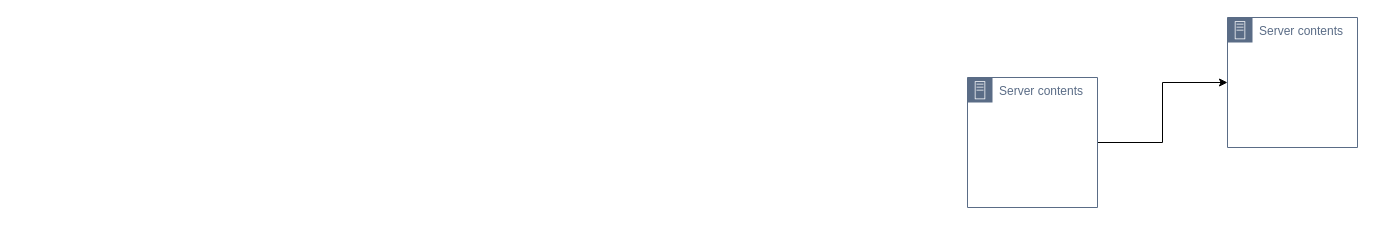
This is BIScheme.drawio from sQyOs/DrawIO, a draw.io file, before an edit. Source tidied: cells renumbered, new cells numbered last; positions are measured from the earlier drawing's top-left corner, leaving out a move shared by most shapes. Both pictures are drawn from the tidied source at 100%, with x=0, y=0 at pixel (967, 17).
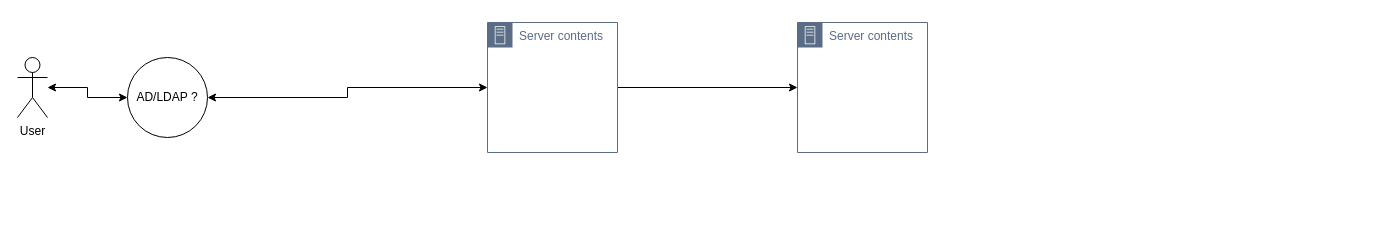
The same page after the edit.

What changed in the source:
```diff
@@
 <mxGraphModel>
   <root>
     <mxCell id="0" />
     <mxCell id="1" parent="0" />
     <mxCell id="2" value="Server contents" style="points=[[0,0],[0.25,0],[0.5,0],[0.75,0],[1,0],[1,0.25],[1,0.5],[1,0.75],[1,1],[0.75,1],[0.5,1],[0.25,1],[0,1],[0,0.75],[0,0.5],[0,0.25]];outlineConnect=0;gradientColor=none;html=1;whiteSpace=wrap;fontSize=12;fontStyle=0;shape=mxgraph.aws4.group;grIcon=mxgraph.aws4.group_on_premise;strokeColor=#5A6C86;fillColor=none;verticalAlign=top;align=left;spacingLeft=30;fontColor=#5A6C86;dashed=0;" parent="1" vertex="1">
-      <mxGeometry x="260" width="130" height="130" as="geometry" />
+      <mxGeometry x="-170" y="5" width="130" height="130" as="geometry" />
     </mxCell>
     <mxCell id="3" style="edgeStyle=orthogonalEdgeStyle;rounded=0;jettySize=auto;html=1;entryX=0;entryY=0.5;entryDx=0;entryDy=0;" parent="1" edge="1" source="4" target="2">
       <mxGeometry relative="1" as="geometry" />
     </mxCell>
     <mxCell id="4" value="Server contents" style="points=[[0,0],[0.25,0],[0.5,0],[0.75,0],[1,0],[1,0.25],[1,0.5],[1,0.75],[1,1],[0.75,1],[0.5,1],[0.25,1],[0,1],[0,0.75],[0,0.5],[0,0.25]];outlineConnect=0;gradientColor=none;html=1;whiteSpace=wrap;fontSize=12;fontStyle=0;shape=mxgraph.aws4.group;grIcon=mxgraph.aws4.group_on_premise;strokeColor=#5A6C86;fillColor=none;verticalAlign=top;align=left;spacingLeft=30;fontColor=#5A6C86;dashed=0;" parent="1" vertex="1">
-      <mxGeometry y="60" width="130" height="130" as="geometry" />
+      <mxGeometry x="-480" y="5" width="130" height="130" as="geometry" />
     </mxCell>
+    <mxCell id="5" value="User" style="shape=umlActor;verticalLabelPosition=bottom;verticalAlign=top;html=1;outlineConnect=0;" parent="1" vertex="1">
+      <mxGeometry x="-950" y="40" width="30" height="60" as="geometry" />
+    </mxCell>
+    <mxCell id="6" value="AD/LDAP ?" style="ellipse;whiteSpace=wrap;html=1;" parent="1" vertex="1">
+      <mxGeometry x="-840" y="40" width="80" height="80" as="geometry" />
+    </mxCell>
+    <mxCell id="7" style="endArrow=classic;startArrow=classic;html=1;rounded=0;edgeStyle=orthogonalEdgeStyle;" parent="1" edge="1" source="5" target="6">
+      <mxGeometry relative="1" as="geometry" />
+    </mxCell>
+    <mxCell id="8" style="endArrow=classic;startArrow=classic;html=1;rounded=0;edgeStyle=orthogonalEdgeStyle;" parent="1" edge="1" source="6" target="4">
+      <mxGeometry relative="1" as="geometry" />
+    </mxCell>
   </root>
 </mxGraphModel>
```
